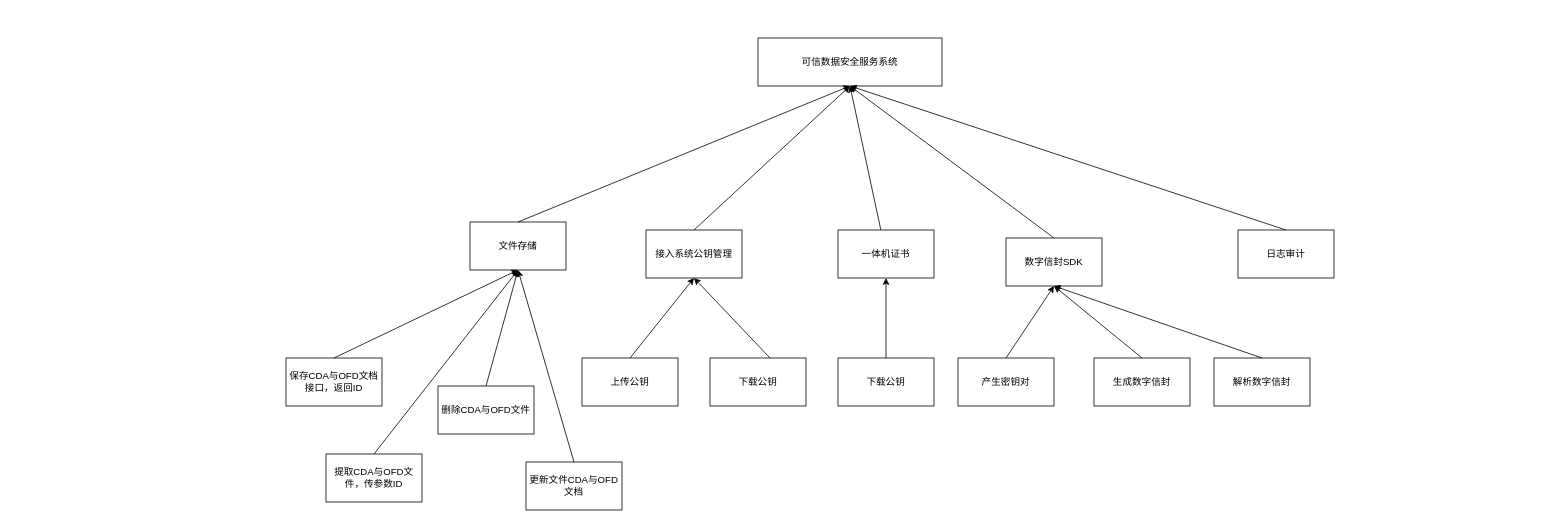
The draw.io diagram page "基础服务" (1 of 2) of source/可信数据交换一体机功能清单.drawio in SmileCJX/processon, before the edit. Source tidied: cells renumbered, new cells numbered last; positions are measured from the earlier drawing's top-left corner, leaving out a move shared by most shapes. Both pictures are drawn from the tidied source at 80%, with x=0, y=0 at pixel (286, 38).
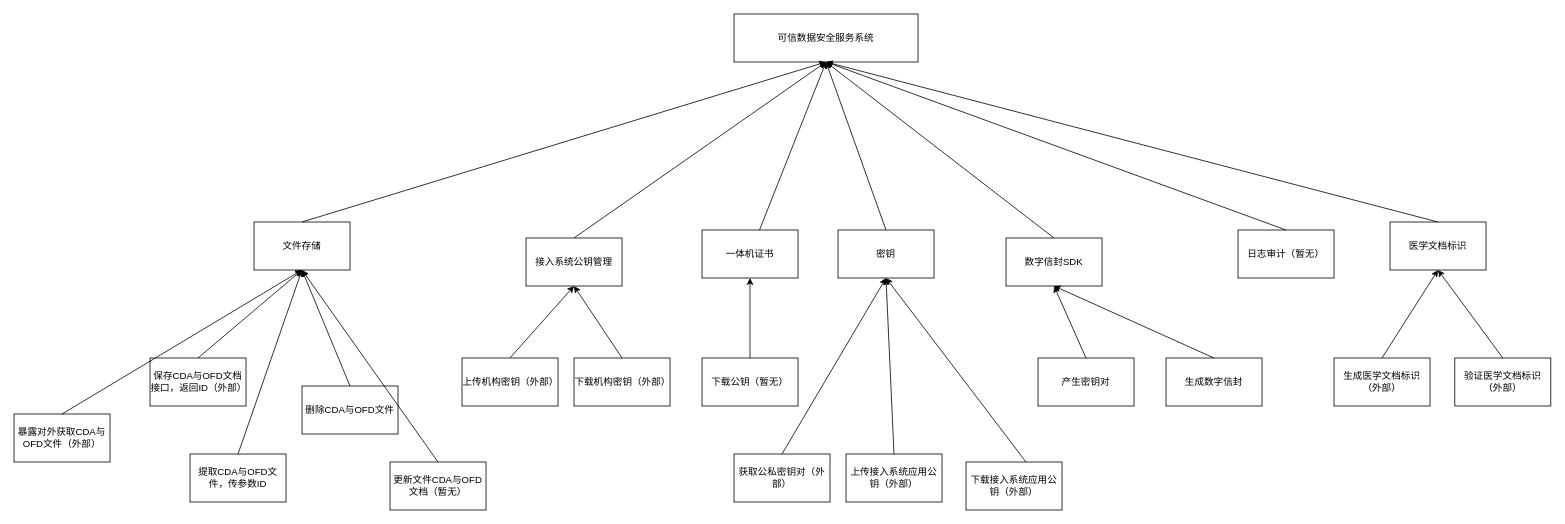
The same diagram, later.

Commit message:
更新可信数据交换一体机功能清单.drawio

Unchanged cells that the change refers to:
```xml
<mxCell id="6" value="数字信封SDK" style="rounded=0;whiteSpace=wrap;html=1;" parent="1" vertex="1">
  <mxGeometry x="900" y="250" width="120" height="60" as="geometry" />
</mxCell>
```

Diff of the diagram source:
```diff
@@
     <mxCell id="2" value="可信数据安全服务系统" style="rounded=0;whiteSpace=wrap;html=1;" parent="1" vertex="1">
-      <mxGeometry x="590" width="230" height="60" as="geometry" />
+      <mxGeometry x="560" y="-30" width="230" height="60" as="geometry" />
     </mxCell>
     <mxCell id="3" value="文件存储" style="rounded=0;whiteSpace=wrap;html=1;" parent="1" vertex="1">
-      <mxGeometry x="230" y="230" width="120" height="60" as="geometry" />
+      <mxGeometry x="-40" y="230" width="120" height="60" as="geometry" />
     </mxCell>
     <mxCell id="4" value="接入系统公钥管理" style="rounded=0;whiteSpace=wrap;html=1;" parent="1" vertex="1">
-      <mxGeometry x="450" y="240" width="120" height="60" as="geometry" />
+      <mxGeometry x="300" y="250" width="120" height="60" as="geometry" />
     </mxCell>
     <mxCell id="5" value="一体机证书" style="rounded=0;whiteSpace=wrap;html=1;" parent="1" vertex="1">
-      <mxGeometry x="690" y="240" width="120" height="60" as="geometry" />
+      <mxGeometry x="520" y="240" width="120" height="60" as="geometry" />
     </mxCell>
@@
-    <mxCell id="7" value="日志审计" style="rounded=0;whiteSpace=wrap;html=1;" parent="1" vertex="1">
+    <mxCell id="7" value="日志审计（暂无）" style="rounded=0;whiteSpace=wrap;html=1;" parent="1" vertex="1">
       <mxGeometry x="1190" y="240" width="120" height="60" as="geometry" />
     </mxCell>
@@
-    <mxCell id="13" value="保存CDA与OFD文档接口，返回ID" style="rounded=0;whiteSpace=wrap;html=1;" parent="1" vertex="1">
-      <mxGeometry y="400" width="120" height="60" as="geometry" />
+    <mxCell id="13" value="保存CDA与OFD文档接口，返回ID（外部）" style="rounded=0;whiteSpace=wrap;html=1;" parent="1" vertex="1">
+      <mxGeometry x="-170" y="400" width="120" height="60" as="geometry" />
     </mxCell>
@@
     <mxCell id="15" value="提取CDA与OFD文件，传参数ID" style="rounded=0;whiteSpace=wrap;html=1;" parent="1" vertex="1">
-      <mxGeometry x="50" y="520" width="120" height="60" as="geometry" />
+      <mxGeometry x="-120" y="520" width="120" height="60" as="geometry" />
     </mxCell>
@@
     <mxCell id="17" value="删除CDA与OFD文件" style="rounded=0;whiteSpace=wrap;html=1;" parent="1" vertex="1">
-      <mxGeometry x="190" y="435" width="120" height="60" as="geometry" />
+      <mxGeometry x="20" y="435" width="120" height="60" as="geometry" />
     </mxCell>
@@
-    <mxCell id="19" value="更新文件CDA与OFD文档" style="rounded=0;whiteSpace=wrap;html=1;" parent="1" vertex="1">
-      <mxGeometry x="300" y="530" width="120" height="60" as="geometry" />
+    <mxCell id="19" value="更新文件CDA与OFD文档（暂无）" style="rounded=0;whiteSpace=wrap;html=1;" parent="1" vertex="1">
+      <mxGeometry x="130" y="530" width="120" height="60" as="geometry" />
     </mxCell>
@@
-    <mxCell id="21" value="上传公钥" style="rounded=0;whiteSpace=wrap;html=1;" parent="1" vertex="1">
-      <mxGeometry x="370" y="400" width="120" height="60" as="geometry" />
+    <mxCell id="21" value="上传接入系统应用公钥（外部）" style="rounded=0;whiteSpace=wrap;html=1;" parent="1" vertex="1">
+      <mxGeometry x="700" y="520" width="120" height="60" as="geometry" />
     </mxCell>
-    <mxCell id="22" value="下载公钥" style="rounded=0;whiteSpace=wrap;html=1;" parent="1" vertex="1">
-      <mxGeometry x="530" y="400" width="120" height="60" as="geometry" />
+    <mxCell id="22" value="下载接入系统应用公钥（外部）" style="rounded=0;whiteSpace=wrap;html=1;" parent="1" vertex="1">
+      <mxGeometry x="850" y="530" width="120" height="60" as="geometry" />
     </mxCell>
-    <mxCell id="23" style="endArrow=classic;html=1;exitX=0.5;exitY=0;exitDx=0;exitDy=0;entryX=0.5;entryY=1;entryDx=0;entryDy=0;" parent="1" edge="1" source="21" target="4">
+    <mxCell id="23" style="endArrow=classic;html=1;exitX=0.5;exitY=0;exitDx=0;exitDy=0;entryX=0.5;entryY=1;entryDx=0;entryDy=0;" parent="1" edge="1" source="21" target="39">
       <mxGeometry relative="1" as="geometry" />
     </mxCell>
-    <mxCell id="24" style="endArrow=classic;html=1;exitX=0.625;exitY=0;exitDx=0;exitDy=0;exitPerimeter=0;entryX=0.5;entryY=1;entryDx=0;entryDy=0;" parent="1" edge="1" source="22" target="4">
+    <mxCell id="24" style="endArrow=classic;html=1;exitX=0.625;exitY=0;exitDx=0;exitDy=0;exitPerimeter=0;entryX=0.5;entryY=1;entryDx=0;entryDy=0;" parent="1" edge="1" source="22" target="39">
       <mxGeometry relative="1" as="geometry" />
     </mxCell>
-    <mxCell id="25" value="下载公钥" style="rounded=0;whiteSpace=wrap;html=1;" parent="1" vertex="1">
-      <mxGeometry x="690" y="400" width="120" height="60" as="geometry" />
+    <mxCell id="25" value="下载公钥（暂无）" style="rounded=0;whiteSpace=wrap;html=1;" parent="1" vertex="1">
+      <mxGeometry x="520" y="400" width="120" height="60" as="geometry" />
     </mxCell>
@@
     <mxCell id="27" value="产生密钥对" style="rounded=0;whiteSpace=wrap;html=1;" parent="1" vertex="1">
-      <mxGeometry x="840" y="400" width="120" height="60" as="geometry" />
+      <mxGeometry x="940" y="400" width="120" height="60" as="geometry" />
     </mxCell>
@@
     <mxCell id="29" value="生成数字信封" style="rounded=0;whiteSpace=wrap;html=1;" parent="1" vertex="1">
-      <mxGeometry x="1010" y="400" width="120" height="60" as="geometry" />
+      <mxGeometry x="1100" y="400" width="120" height="60" as="geometry" />
     </mxCell>
-    <mxCell id="30" value="解析数字信封" style="rounded=0;whiteSpace=wrap;html=1;" parent="1" vertex="1">
-      <mxGeometry x="1160" y="400" width="120" height="60" as="geometry" />
-    </mxCell>
@@
-    <mxCell id="32" style="endArrow=classic;html=1;exitX=0.5;exitY=0;exitDx=0;exitDy=0;entryX=0.5;entryY=1;entryDx=0;entryDy=0;" parent="1" edge="1" source="30" target="6">
-      <mxGeometry relative="1" as="geometry" />
-    </mxCell>
+    <mxCell id="33" value="医学文档标识" style="rounded=0;whiteSpace=wrap;html=1;" parent="1" vertex="1">
+      <mxGeometry x="1380" y="230" width="120" height="60" as="geometry" />
+    </mxCell>
+    <mxCell id="34" style="endArrow=classic;html=1;exitX=0.5;exitY=0;exitDx=0;exitDy=0;entryX=0.5;entryY=1;entryDx=0;entryDy=0;" parent="1" edge="1" source="33" target="2">
+      <mxGeometry relative="1" as="geometry" />
+    </mxCell>
+    <mxCell id="35" value="生成医学文档标识（外部）" style="rounded=0;whiteSpace=wrap;html=1;" parent="1" vertex="1">
+      <mxGeometry x="1310" y="400" width="120" height="60" as="geometry" />
+    </mxCell>
+    <mxCell id="36" style="endArrow=classic;html=1;exitX=0.5;exitY=0;exitDx=0;exitDy=0;entryX=0.5;entryY=1;entryDx=0;entryDy=0;" parent="1" edge="1" source="35" target="33">
+      <mxGeometry relative="1" as="geometry" />
+    </mxCell>
+    <mxCell id="37" value="验证医学文档标识（外部）" style="rounded=0;whiteSpace=wrap;html=1;" parent="1" vertex="1">
+      <mxGeometry x="1461" y="400" width="120" height="60" as="geometry" />
+    </mxCell>
+    <mxCell id="38" style="endArrow=classic;html=1;exitX=0.5;exitY=0;exitDx=0;exitDy=0;entryX=0.5;entryY=1;entryDx=0;entryDy=0;" parent="1" edge="1" source="37" target="33">
+      <mxGeometry relative="1" as="geometry" />
+    </mxCell>
+    <mxCell id="39" value="密钥" style="rounded=0;whiteSpace=wrap;html=1;" parent="1" vertex="1">
+      <mxGeometry x="690" y="240" width="120" height="60" as="geometry" />
+    </mxCell>
+    <mxCell id="40" style="endArrow=classic;html=1;exitX=0.5;exitY=0;exitDx=0;exitDy=0;entryX=0.5;entryY=1;entryDx=0;entryDy=0;" parent="1" edge="1" source="39" target="2">
+      <mxGeometry relative="1" as="geometry" />
+    </mxCell>
+    <mxCell id="41" value="获取公私密钥对（外部）" style="rounded=0;whiteSpace=wrap;html=1;" parent="1" vertex="1">
+      <mxGeometry x="560" y="520" width="120" height="60" as="geometry" />
+    </mxCell>
+    <mxCell id="42" style="endArrow=classic;html=1;exitX=0.5;exitY=0;exitDx=0;exitDy=0;entryX=0.5;entryY=1;entryDx=0;entryDy=0;" parent="1" edge="1" source="41" target="39">
+      <mxGeometry relative="1" as="geometry" />
+    </mxCell>
+    <mxCell id="43" value="暴露对外获取CDA与OFD文件（外部）" style="rounded=0;whiteSpace=wrap;html=1;" parent="1" vertex="1">
+      <mxGeometry x="-340" y="470" width="120" height="60" as="geometry" />
+    </mxCell>
+    <mxCell id="44" style="endArrow=classic;html=1;exitX=0.5;exitY=0;exitDx=0;exitDy=0;entryX=0.5;entryY=1;entryDx=0;entryDy=0;" parent="1" edge="1" source="43" target="3">
+      <mxGeometry relative="1" as="geometry" />
+    </mxCell>
+    <mxCell id="45" value="上传机构密钥（外部）" style="rounded=0;whiteSpace=wrap;html=1;" parent="1" vertex="1">
+      <mxGeometry x="220" y="400" width="120" height="60" as="geometry" />
+    </mxCell>
+    <mxCell id="46" value="下载机构密钥（外部）" style="rounded=0;whiteSpace=wrap;html=1;" parent="1" vertex="1">
+      <mxGeometry x="360" y="400" width="120" height="60" as="geometry" />
+    </mxCell>
+    <mxCell id="47" style="endArrow=classic;html=1;exitX=0.5;exitY=0;exitDx=0;exitDy=0;entryX=0.5;entryY=1;entryDx=0;entryDy=0;" parent="1" edge="1" source="45" target="4">
+      <mxGeometry relative="1" as="geometry" />
+    </mxCell>
+    <mxCell id="48" style="endArrow=classic;html=1;exitX=0.5;exitY=0;exitDx=0;exitDy=0;entryX=0.5;entryY=1;entryDx=0;entryDy=0;" parent="1" edge="1" source="46" target="4">
+      <mxGeometry relative="1" as="geometry" />
+    </mxCell>
```
